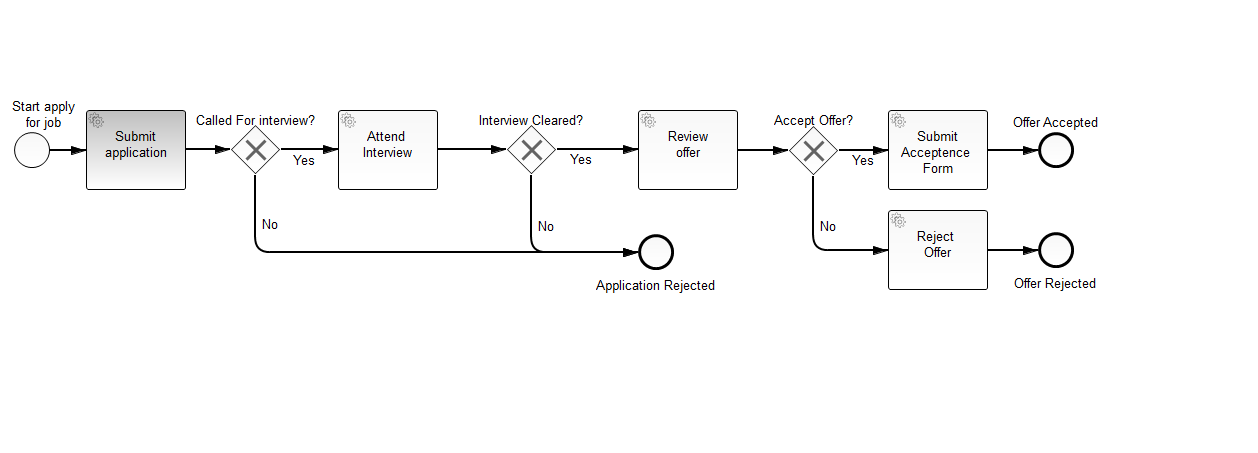
Above: Spring-Boot-Camel-Camunda/src/main/resources/applyForJob.png in ushanandhan/springprojects (BPMN), before the change. Its source is kept beside it as Spring-Boot-Camel-Camunda/src/main/resources/applyForJob.bpmn. Ids are renumbered. Source of this version:
```xml
<bpmn2:definitions xmlns:xsi="http://www.w3.org/2001/XMLSchema-instance" xmlns:bpmn2="http://www.omg.org/spec/BPMN/20100524/MODEL" xmlns:bpmndi="http://www.omg.org/spec/BPMN/20100524/DI" xmlns:camunda="http://activiti.org/bpmn" xmlns:dc="http://www.omg.org/spec/DD/20100524/DC" xmlns:di="http://www.omg.org/spec/DD/20100524/DI" xsi:schemaLocation="http://www.omg.org/spec/BPMN/20100524/MODEL BPMN20.xsd" id="_Ly9WYMWkEeiStfGgV75Kuw" exporter="camunda modeler" exporterVersion="2.7.1" targetNamespace="http://activiti.org/bpmn">
  <bpmn2:process id="applyForJobProcess" name="Apply_For_Job" isExecutable="true">
    <bpmn2:serviceTask id="ServiceTask_3" name="Review&#xD;&#xA;offer">
      <bpmn2:incoming>SequenceFlow_8</bpmn2:incoming>
      <bpmn2:outgoing>SequenceFlow_10</bpmn2:outgoing>
    </bpmn2:serviceTask>
    <bpmn2:startEvent id="StartEvent_1" name="Start apply &#xD;&#xA;for job ">
      <bpmn2:outgoing>SequenceFlow_1</bpmn2:outgoing>
    </bpmn2:startEvent>
    <bpmn2:sequenceFlow id="SequenceFlow_1" name="" sourceRef="StartEvent_1" targetRef="ServiceTask_1"/>
    <bpmn2:serviceTask id="ServiceTask_1" camunda:expression="${interviewProcessEngine.SubmitApplication(execution)}" name="Submit application">
      <bpmn2:incoming>SequenceFlow_1</bpmn2:incoming>
      <bpmn2:outgoing>SequenceFlow_4</bpmn2:outgoing>
    </bpmn2:serviceTask>
    <bpmn2:sequenceFlow id="SequenceFlow_4" name="" sourceRef="ServiceTask_1" targetRef="ExclusiveGateway_1"/>
    <bpmn2:exclusiveGateway id="ExclusiveGateway_1" name="Called For interview?">
      <bpmn2:incoming>SequenceFlow_4</bpmn2:incoming>
      <bpmn2:outgoing>SequenceFlow_5</bpmn2:outgoing>
      <bpmn2:outgoing>SequenceFlow_13</bpmn2:outgoing>
    </bpmn2:exclusiveGateway>
    <bpmn2:sequenceFlow id="SequenceFlow_5" name="Yes" sourceRef="ExclusiveGateway_1" targetRef="ServiceTask_2"/>
    <bpmn2:serviceTask id="ServiceTask_2" name="Attend &#xD;&#xA;Interview">
      <bpmn2:incoming>SequenceFlow_5</bpmn2:incoming>
      <bpmn2:outgoing>SequenceFlow_7</bpmn2:outgoing>
    </bpmn2:serviceTask>
    <bpmn2:sequenceFlow id="SequenceFlow_7" name="" sourceRef="ServiceTask_2" targetRef="ExclusiveGateway_2"/>
    <bpmn2:exclusiveGateway id="ExclusiveGateway_2" name="Interview Cleared?">
      <bpmn2:incoming>SequenceFlow_7</bpmn2:incoming>
      <bpmn2:outgoing>SequenceFlow_8</bpmn2:outgoing>
      <bpmn2:outgoing>SequenceFlow_14</bpmn2:outgoing>
    </bpmn2:exclusiveGateway>
    <bpmn2:sequenceFlow id="SequenceFlow_8" name="Yes" sourceRef="ExclusiveGateway_2" targetRef="ServiceTask_3"/>
    <bpmn2:exclusiveGateway id="ExclusiveGateway_3" name="Accept Offer?">
      <bpmn2:incoming>SequenceFlow_10</bpmn2:incoming>
      <bpmn2:outgoing>SequenceFlow_11</bpmn2:outgoing>
      <bpmn2:outgoing>SequenceFlow_15</bpmn2:outgoing>
    </bpmn2:exclusiveGateway>
    <bpmn2:sequenceFlow id="SequenceFlow_10" name="" sourceRef="ServiceTask_3" targetRef="ExclusiveGateway_3"/>
    <bpmn2:serviceTask id="ServiceTask_4" name="Submit&#xD;&#xA;Acceptence &#xD;&#xA;Form">
      <bpmn2:incoming>SequenceFlow_11</bpmn2:incoming>
      <bpmn2:outgoing>SequenceFlow_12</bpmn2:outgoing>
    </bpmn2:serviceTask>
    <bpmn2:sequenceFlow id="SequenceFlow_11" name="Yes" sourceRef="ExclusiveGateway_3" targetRef="ServiceTask_4"/>
    <bpmn2:endEvent id="EndEvent_1" name="Offer Accepted">
      <bpmn2:incoming>SequenceFlow_12</bpmn2:incoming>
    </bpmn2:endEvent>
    <bpmn2:sequenceFlow id="SequenceFlow_12" name="" sourceRef="ServiceTask_4" targetRef="EndEvent_1"/>
    <bpmn2:sequenceFlow id="SequenceFlow_13" name="No" sourceRef="ExclusiveGateway_1" targetRef="EndEvent_2"/>
    <bpmn2:endEvent id="EndEvent_2" name="Application Rejected">
      <bpmn2:incoming>SequenceFlow_13</bpmn2:incoming>
      <bpmn2:incoming>SequenceFlow_14</bpmn2:incoming>
    </bpmn2:endEvent>
    <bpmn2:sequenceFlow id="SequenceFlow_14" name="No" sourceRef="ExclusiveGateway_2" targetRef="EndEvent_2"/>
    <bpmn2:serviceTask id="ServiceTask_5" name="Reject &#xD;&#xA;Offer">
      <bpmn2:incoming>SequenceFlow_15</bpmn2:incoming>
      <bpmn2:outgoing>SequenceFlow_16</bpmn2:outgoing>
    </bpmn2:serviceTask>
    <bpmn2:sequenceFlow id="SequenceFlow_15" name="No" sourceRef="ExclusiveGateway_3" targetRef="ServiceTask_5"/>
    <bpmn2:sequenceFlow id="SequenceFlow_16" name="" sourceRef="ServiceTask_5" targetRef="EndEvent_3"/>
    <bpmn2:endEvent id="EndEvent_3" name="Offer Rejected">
      <bpmn2:incoming>SequenceFlow_16</bpmn2:incoming>
    </bpmn2:endEvent>
  </bpmn2:process>
  <bpmndi:BPMNDiagram id="BPMNDiagram_1">
    <bpmndi:BPMNPlane id="BPMNPlane_1" bpmnElement="applyForJobProcess">
      <bpmndi:BPMNShape id="_BPMNShape_StartEvent_4" bpmnElement="StartEvent_1">
        <dc:Bounds height="36.0" width="36.0" x="12.0" y="132.0"/>
        <bpmndi:BPMNLabel>
          <dc:Bounds height="38.0" width="83.0" x="3.0" y="96.0"/>
        </bpmndi:BPMNLabel>
      </bpmndi:BPMNShape>
      <bpmndi:BPMNShape id="_BPMNShape_ServiceTask_2" bpmnElement="ServiceTask_1">
        <dc:Bounds height="80.0" width="100.0" x="84.0" y="110.0"/>
      </bpmndi:BPMNShape>
      <bpmndi:BPMNEdge id="BPMNEdge_SequenceFlow_1" bpmnElement="SequenceFlow_1" sourceElement="_BPMNShape_StartEvent_4" targetElement="_BPMNShape_ServiceTask_2">
        <di:waypoint xsi:type="dc:Point" x="48.0" y="150.0"/>
        <di:waypoint xsi:type="dc:Point" x="84.0" y="150.0"/>
        <bpmndi:BPMNLabel>
          <dc:Bounds height="6.0" width="6.0" x="70.0" y="150.0"/>
        </bpmndi:BPMNLabel>
      </bpmndi:BPMNEdge>
      <bpmndi:BPMNShape id="_BPMNShape_ExclusiveGateway_2" bpmnElement="ExclusiveGateway_1" isMarkerVisible="true">
        <dc:Bounds height="50.0" width="50.0" x="228.0" y="124.0"/>
        <bpmndi:BPMNLabel>
          <dc:Bounds height="22.0" width="125.0" x="192.0" y="110.0"/>
        </bpmndi:BPMNLabel>
      </bpmndi:BPMNShape>
      <bpmndi:BPMNEdge id="BPMNEdge_SequenceFlow_4" bpmnElement="SequenceFlow_4" sourceElement="_BPMNShape_ServiceTask_2" targetElement="_BPMNShape_ExclusiveGateway_2">
        <di:waypoint xsi:type="dc:Point" x="184.0" y="150.0"/>
        <di:waypoint xsi:type="dc:Point" x="228.0" y="149.0"/>
        <bpmndi:BPMNLabel>
          <dc:Bounds height="6.0" width="6.0" x="206.0" y="149.0"/>
        </bpmndi:BPMNLabel>
      </bpmndi:BPMNEdge>
      <bpmndi:BPMNShape id="_BPMNShape_ServiceTask_3" bpmnElement="ServiceTask_2">
        <dc:Bounds height="80.0" width="100.0" x="336.0" y="110.0"/>
      </bpmndi:BPMNShape>
      <bpmndi:BPMNEdge id="BPMNEdge_SequenceFlow_5" bpmnElement="SequenceFlow_5" sourceElement="_BPMNShape_ExclusiveGateway_2" targetElement="_BPMNShape_ServiceTask_3">
        <di:waypoint xsi:type="dc:Point" x="278.0" y="149.0"/>
        <di:waypoint xsi:type="dc:Point" x="336.0" y="150.0"/>
        <bpmndi:BPMNLabel>
          <dc:Bounds height="22.0" width="29.0" x="288.0" y="150.0"/>
        </bpmndi:BPMNLabel>
      </bpmndi:BPMNEdge>
      <bpmndi:BPMNShape id="_BPMNShape_ExclusiveGateway_3" bpmnElement="ExclusiveGateway_2" isMarkerVisible="true">
        <dc:Bounds height="50.0" width="50.0" x="504.0" y="124.0"/>
        <bpmndi:BPMNLabel>
          <dc:Bounds height="22.0" width="110.0" x="475.0" y="110.0"/>
        </bpmndi:BPMNLabel>
      </bpmndi:BPMNShape>
      <bpmndi:BPMNEdge id="BPMNEdge_SequenceFlow_7" bpmnElement="SequenceFlow_7" sourceElement="_BPMNShape_ServiceTask_3" targetElement="_BPMNShape_ExclusiveGateway_3">
        <di:waypoint xsi:type="dc:Point" x="436.0" y="150.0"/>
        <di:waypoint xsi:type="dc:Point" x="504.0" y="149.0"/>
        <bpmndi:BPMNLabel>
          <dc:Bounds height="6.0" width="6.0" x="458.0" y="150.0"/>
        </bpmndi:BPMNLabel>
      </bpmndi:BPMNEdge>
      <bpmndi:BPMNShape id="_BPMNShape_ServiceTask_4" bpmnElement="ServiceTask_3">
        <dc:Bounds height="80.0" width="100.0" x="636.0" y="110.0"/>
      </bpmndi:BPMNShape>
      <bpmndi:BPMNEdge id="BPMNEdge_SequenceFlow_8" bpmnElement="SequenceFlow_8" sourceElement="_BPMNShape_ExclusiveGateway_3" targetElement="_BPMNShape_ServiceTask_4">
        <di:waypoint xsi:type="dc:Point" x="554.0" y="149.0"/>
        <di:waypoint xsi:type="dc:Point" x="636.0" y="150.0"/>
        <bpmndi:BPMNLabel>
          <dc:Bounds height="6.0" width="6.0" x="576.0" y="149.0"/>
        </bpmndi:BPMNLabel>
      </bpmndi:BPMNEdge>
      <bpmndi:BPMNShape id="_BPMNShape_ExclusiveGateway_4" bpmnElement="ExclusiveGateway_3" isMarkerVisible="true">
        <dc:Bounds height="50.0" width="50.0" x="786.0" y="125.0"/>
        <bpmndi:BPMNLabel>
          <dc:Bounds height="22.0" width="85.0" x="770.0" y="110.0"/>
        </bpmndi:BPMNLabel>
      </bpmndi:BPMNShape>
      <bpmndi:BPMNEdge id="BPMNEdge_SequenceFlow_10" bpmnElement="SequenceFlow_10" sourceElement="_BPMNShape_ServiceTask_4" targetElement="_BPMNShape_ExclusiveGateway_4">
        <di:waypoint xsi:type="dc:Point" x="736.0" y="150.0"/>
        <di:waypoint xsi:type="dc:Point" x="786.0" y="150.0"/>
      </bpmndi:BPMNEdge>
      <bpmndi:BPMNShape id="_BPMNShape_ServiceTask_5" bpmnElement="ServiceTask_4">
        <dc:Bounds height="80.0" width="100.0" x="886.0" y="110.0"/>
      </bpmndi:BPMNShape>
      <bpmndi:BPMNEdge id="BPMNEdge_SequenceFlow_11" bpmnElement="SequenceFlow_11" sourceElement="_BPMNShape_ExclusiveGateway_4" targetElement="_BPMNShape_ServiceTask_5">
        <di:waypoint xsi:type="dc:Point" x="836.0" y="150.0"/>
        <di:waypoint xsi:type="dc:Point" x="886.0" y="150.0"/>
      </bpmndi:BPMNEdge>
      <bpmndi:BPMNShape id="_BPMNShape_EndEvent_4" bpmnElement="EndEvent_1">
        <dc:Bounds height="36.0" width="36.0" x="1036.0" y="132.0"/>
        <bpmndi:BPMNLabel>
          <dc:Bounds height="22.0" width="92.0" x="1008.0" y="112.0"/>
        </bpmndi:BPMNLabel>
      </bpmndi:BPMNShape>
      <bpmndi:BPMNEdge id="BPMNEdge_SequenceFlow_12" bpmnElement="SequenceFlow_12" sourceElement="_BPMNShape_ServiceTask_5" targetElement="_BPMNShape_EndEvent_4">
        <di:waypoint xsi:type="dc:Point" x="986.0" y="150.0"/>
        <di:waypoint xsi:type="dc:Point" x="1036.0" y="150.0"/>
      </bpmndi:BPMNEdge>
      <bpmndi:BPMNShape id="_BPMNShape_EndEvent_5" bpmnElement="EndEvent_2">
        <dc:Bounds height="36.0" width="36.0" x="636.0" y="234.0"/>
        <bpmndi:BPMNLabel>
          <dc:Bounds height="0.0" width="0.0" x="654.0" y="275.0"/>
        </bpmndi:BPMNLabel>
      </bpmndi:BPMNShape>
      <bpmndi:BPMNEdge id="BPMNEdge_SequenceFlow_13" bpmnElement="SequenceFlow_13" sourceElement="_BPMNShape_ExclusiveGateway_2" targetElement="_BPMNShape_EndEvent_5">
        <di:waypoint xsi:type="dc:Point" x="253.0" y="174.0"/>
        <di:waypoint xsi:type="dc:Point" x="253.0" y="252.0"/>
        <di:waypoint xsi:type="dc:Point" x="636.0" y="252.0"/>
        <bpmndi:BPMNLabel>
          <dc:Bounds height="22.0" width="22.0" x="258.0" y="214.0"/>
        </bpmndi:BPMNLabel>
      </bpmndi:BPMNEdge>
      <bpmndi:BPMNEdge id="BPMNEdge_SequenceFlow_14" bpmnElement="SequenceFlow_14" sourceElement="_BPMNShape_ExclusiveGateway_3" targetElement="_BPMNShape_EndEvent_5">
        <di:waypoint xsi:type="dc:Point" x="529.0" y="174.0"/>
        <di:waypoint xsi:type="dc:Point" x="529.0" y="252.0"/>
        <di:waypoint xsi:type="dc:Point" x="636.0" y="252.0"/>
        <bpmndi:BPMNLabel>
          <dc:Bounds height="22.0" width="22.0" x="534.0" y="216.0"/>
        </bpmndi:BPMNLabel>
      </bpmndi:BPMNEdge>
      <bpmndi:BPMNShape id="_BPMNShape_ServiceTask_6" bpmnElement="ServiceTask_5">
        <dc:Bounds height="80.0" width="100.0" x="886.0" y="210.0"/>
      </bpmndi:BPMNShape>
      <bpmndi:BPMNEdge id="BPMNEdge_SequenceFlow_15" bpmnElement="SequenceFlow_15" sourceElement="_BPMNShape_ExclusiveGateway_4" targetElement="_BPMNShape_ServiceTask_6">
        <di:waypoint xsi:type="dc:Point" x="811.0" y="175.0"/>
        <di:waypoint xsi:type="dc:Point" x="811.0" y="250.0"/>
        <di:waypoint xsi:type="dc:Point" x="886.0" y="250.0"/>
        <bpmndi:BPMNLabel>
          <dc:Bounds height="22.0" width="22.0" x="816.0" y="216.0"/>
        </bpmndi:BPMNLabel>
      </bpmndi:BPMNEdge>
      <bpmndi:BPMNShape id="_BPMNShape_EndEvent_6" bpmnElement="EndEvent_3">
        <dc:Bounds height="36.0" width="36.0" x="1036.0" y="232.0"/>
        <bpmndi:BPMNLabel>
          <dc:Bounds height="0.0" width="0.0" x="1054.0" y="273.0"/>
        </bpmndi:BPMNLabel>
      </bpmndi:BPMNShape>
      <bpmndi:BPMNEdge id="BPMNEdge_SequenceFlow_16" bpmnElement="SequenceFlow_16" sourceElement="_BPMNShape_ServiceTask_6" targetElement="_BPMNShape_EndEvent_6">
        <di:waypoint xsi:type="dc:Point" x="986.0" y="250.0"/>
        <di:waypoint xsi:type="dc:Point" x="1036.0" y="250.0"/>
        <bpmndi:BPMNLabel>
          <dc:Bounds height="6.0" width="6.0" x="1008.0" y="250.0"/>
        </bpmndi:BPMNLabel>
      </bpmndi:BPMNEdge>
    </bpmndi:BPMNPlane>
  </bpmndi:BPMNDiagram>
</bpmn2:definitions>
```
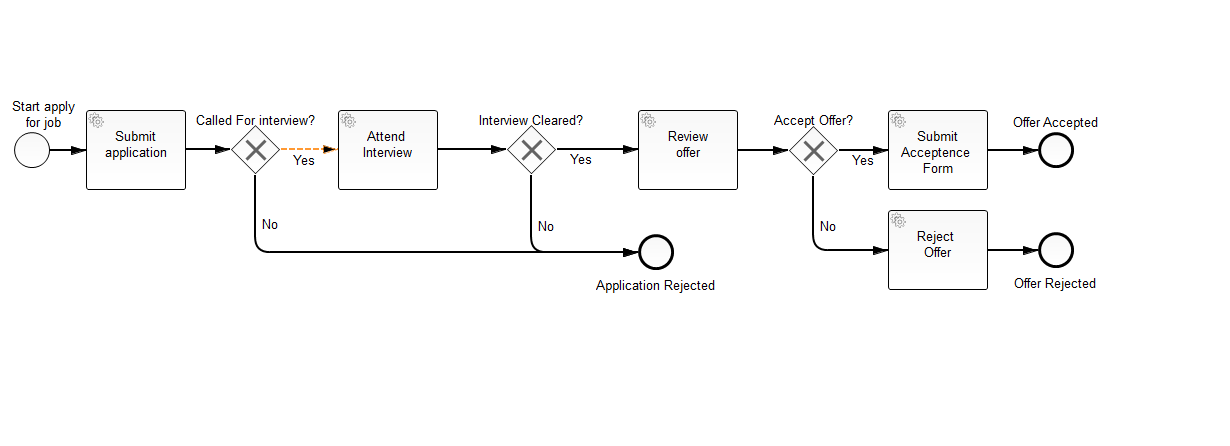
Later version of the same file.

Commit message:
Working flow of BPMN2 is updated

What changed in the source:
```diff
@@ -1,5 +1,5 @@
 <bpmn2:definitions xmlns:xsi="http://www.w3.org/2001/XMLSchema-instance" xmlns:bpmn2="http://www.omg.org/spec/BPMN/20100524/MODEL" xmlns:bpmndi="http://www.omg.org/spec/BPMN/20100524/DI" xmlns:camunda="http://activiti.org/bpmn" xmlns:dc="http://www.omg.org/spec/DD/20100524/DC" xmlns:di="http://www.omg.org/spec/DD/20100524/DI" xsi:schemaLocation="http://www.omg.org/spec/BPMN/20100524/MODEL BPMN20.xsd" id="_Ly9WYMWkEeiStfGgV75Kuw" exporter="camunda modeler" exporterVersion="2.7.1" targetNamespace="http://activiti.org/bpmn">
-  <bpmn2:process id="applyForJobProcess" name="Apply_For_Job" isExecutable="true">
+  <bpmn2:process id="applyForJobProcess" name="Apply_For_Job" isExecutable="false">
     <bpmn2:serviceTask id="ServiceTask_3" name="Review&#xD;&#xA;offer">
       <bpmn2:incoming>SequenceFlow_8</bpmn2:incoming>
       <bpmn2:outgoing>SequenceFlow_10</bpmn2:outgoing>
@@ -18,7 +18,9 @@
       <bpmn2:outgoing>SequenceFlow_5</bpmn2:outgoing>
       <bpmn2:outgoing>SequenceFlow_13</bpmn2:outgoing>
     </bpmn2:exclusiveGateway>
-    <bpmn2:sequenceFlow id="SequenceFlow_5" name="Yes" sourceRef="ExclusiveGateway_1" targetRef="ServiceTask_2"/>
+    <bpmn2:sequenceFlow id="SequenceFlow_5" name="Yes" sourceRef="ExclusiveGateway_1" targetRef="ServiceTask_2">
+      <bpmn2:conditionExpression xsi:type="bpmn2:tFormalExpression"></bpmn2:conditionExpression>
+    </bpmn2:sequenceFlow>
     <bpmn2:serviceTask id="ServiceTask_2" name="Attend &#xD;&#xA;Interview">
       <bpmn2:incoming>SequenceFlow_5</bpmn2:incoming>
       <bpmn2:outgoing>SequenceFlow_7</bpmn2:outgoing>
```
